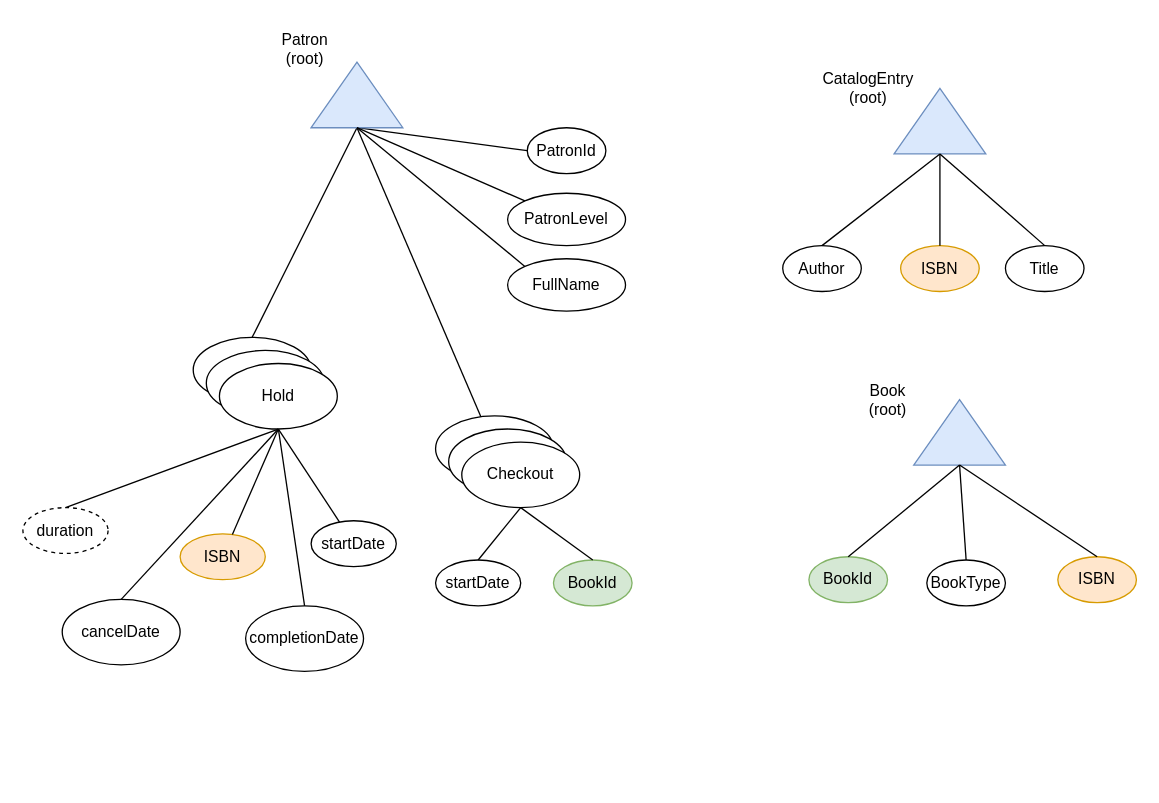
Above: doc/library.drawio in gushakov/library-clean (draw.io), before the change. Source tidied: cells renumbered, new cells numbered last; positions are measured from the earlier drawing's top-left corner, leaving out a move shared by most shapes. Both pictures are drawn from the tidied source at 131%, with x=0, y=0 at pixel (22, 22).
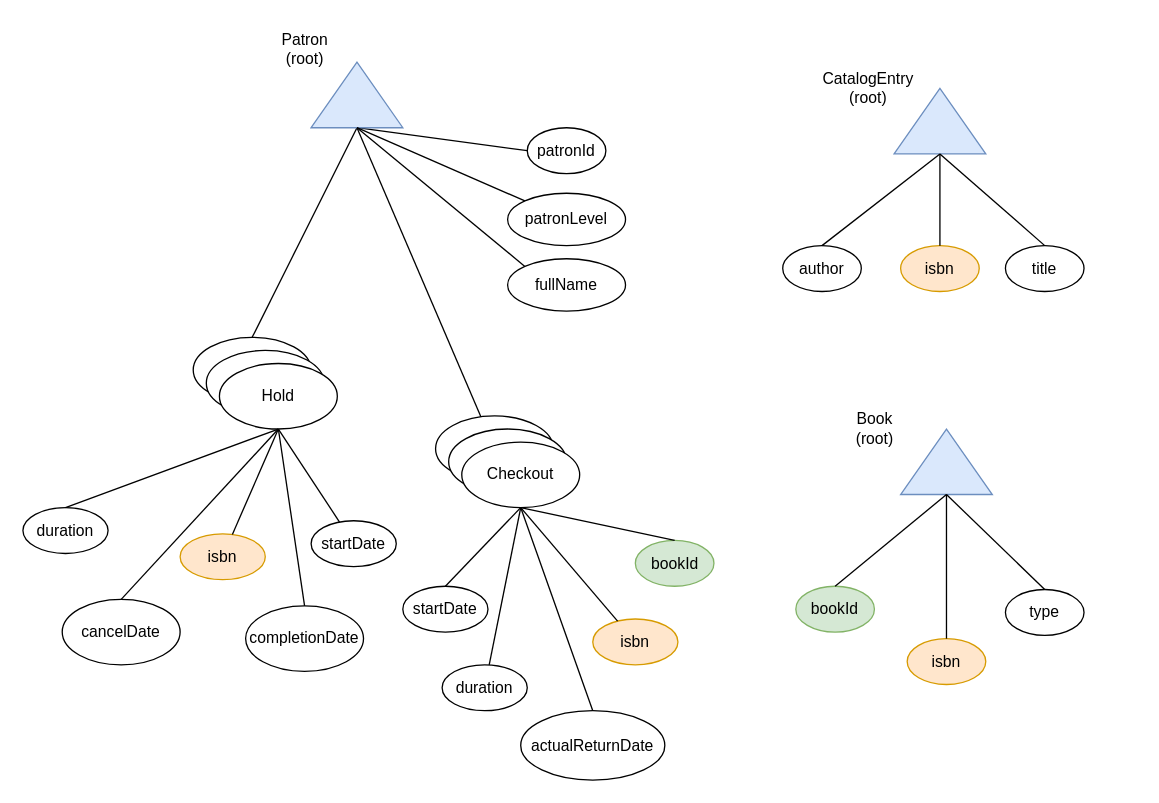
Above is the later version.

Unchanged cells that the change refers to:
```xml
<mxCell id="4" style="triangle;whiteSpace=wrap;html=1;rotation=-90;fillColor=#dae8fc;strokeColor=#6c8ebf;" parent="3" vertex="1">
  <mxGeometry x="60" y="10" width="50" height="70" as="geometry" />
</mxCell>
<mxCell id="20" value="Checkout" style="ellipse;whiteSpace=wrap;html=1;" parent="17" vertex="1">
  <mxGeometry x="20" y="20" width="90" height="50" as="geometry" />
</mxCell>
<mxCell id="46" style="group;" parent="1" vertex="1">
  <mxGeometry x="615" y="30" width="195" height="175" as="geometry" />
</mxCell>
<mxCell id="47" style="group;" parent="46" vertex="1">
  <mxGeometry width="120" height="175" as="geometry" />
</mxCell>
```

What changed in the source:
```diff
@@
     <mxCell id="2" style="group;" parent="1" vertex="1">
-      <mxGeometry x="600" y="267.5" width="250" height="177.5" as="geometry" />
+      <mxGeometry x="590" y="290" width="250" height="177.5" as="geometry" />
     </mxCell>
@@
-    <mxCell id="6" value="BookId" style="ellipse;whiteSpace=wrap;html=1;fillColor=#d5e8d4;strokeColor=#82b366;" parent="2" vertex="1">
+    <mxCell id="6" value="bookId" style="ellipse;whiteSpace=wrap;html=1;fillColor=#d5e8d4;strokeColor=#82b366;" parent="2" vertex="1">
       <mxGeometry y="140" width="60" height="35" as="geometry" />
     </mxCell>
-    <mxCell id="7" value="BookType" style="ellipse;whiteSpace=wrap;html=1;" parent="2" vertex="1">
-      <mxGeometry x="90" y="142.5" width="60" height="35" as="geometry" />
+    <mxCell id="7" value="type" style="ellipse;whiteSpace=wrap;html=1;" parent="2" vertex="1">
+      <mxGeometry x="160" y="142.5" width="60" height="35" as="geometry" />
     </mxCell>
@@
-    <mxCell id="10" value="ISBN" style="ellipse;whiteSpace=wrap;html=1;fillColor=#ffe6cc;strokeColor=#d79b00;" parent="2" vertex="1">
-      <mxGeometry x="190" y="140" width="60" height="35" as="geometry" />
-    </mxCell>
-    <mxCell id="11" style="rounded=0;jettySize=auto;html=1;exitX=0;exitY=0.5;exitDx=0;exitDy=0;entryX=0.5;entryY=0;entryDx=0;entryDy=0;endArrow=none;endFill=0;" parent="2" edge="1" source="4" target="10">
-      <mxGeometry relative="1" as="geometry" />
-    </mxCell>
     <mxCell id="12" style="group;" parent="1" vertex="1">
-      <mxGeometry x="60" width="405" height="445" as="geometry" />
+      <mxGeometry x="60" width="407.5" height="445" as="geometry" />
     </mxCell>
@@
-    <mxCell id="21" value="PatronId" style="ellipse;whiteSpace=wrap;html=1;" parent="12" vertex="1">
+    <mxCell id="21" value="patronId" style="ellipse;whiteSpace=wrap;html=1;" parent="12" vertex="1">
       <mxGeometry x="325" y="80" width="60" height="35" as="geometry" />
     </mxCell>
-    <mxCell id="22" value="ISBN" style="ellipse;whiteSpace=wrap;html=1;fillColor=#ffe6cc;strokeColor=#d79b00;" parent="12" vertex="1">
+    <mxCell id="22" value="isbn" style="ellipse;whiteSpace=wrap;html=1;fillColor=#ffe6cc;strokeColor=#d79b00;" parent="12" vertex="1">
       <mxGeometry x="60" y="390" width="65" height="35" as="geometry" />
     </mxCell>
@@
-    <mxCell id="27" value="PatronLevel" style="ellipse;whiteSpace=wrap;html=1;" parent="12" vertex="1">
+    <mxCell id="27" value="patronLevel" style="ellipse;whiteSpace=wrap;html=1;" parent="12" vertex="1">
       <mxGeometry x="310" y="130" width="90" height="40" as="geometry" />
     </mxCell>
-    <mxCell id="28" value="FullName" style="ellipse;whiteSpace=wrap;html=1;" parent="12" vertex="1">
+    <mxCell id="28" value="fullName" style="ellipse;whiteSpace=wrap;html=1;" parent="12" vertex="1">
       <mxGeometry x="310" y="180" width="90" height="40" as="geometry" />
     </mxCell>
@@
-    <mxCell id="35" value="startDate" style="ellipse;whiteSpace=wrap;html=1;" parent="12" vertex="1">
-      <mxGeometry x="255" y="410" width="65" height="35" as="geometry" />
-    </mxCell>
-    <mxCell id="36" value="BookId" style="ellipse;whiteSpace=wrap;html=1;fillColor=#d5e8d4;strokeColor=#82b366;" parent="12" vertex="1">
-      <mxGeometry x="345" y="410" width="60" height="35" as="geometry" />
-    </mxCell>
-    <mxCell id="37" style="rounded=0;jettySize=auto;html=1;exitX=0.5;exitY=1;exitDx=0;exitDy=0;entryX=0.5;entryY=0;entryDx=0;entryDy=0;endArrow=none;endFill=0;" parent="12" edge="1" source="20" target="36">
-      <mxGeometry relative="1" as="geometry" />
-    </mxCell>
-    <mxCell id="38" style="rounded=0;jettySize=auto;html=1;exitX=0.5;exitY=1;exitDx=0;exitDy=0;entryX=0.5;entryY=0;entryDx=0;entryDy=0;endArrow=none;endFill=0;" parent="12" edge="1" source="20" target="35">
-      <mxGeometry relative="1" as="geometry" />
-    </mxCell>
@@
-    <mxCell id="42" value="duration" style="ellipse;whiteSpace=wrap;html=1;dashed=1;" parent="1" vertex="1">
+    <mxCell id="42" value="duration" style="ellipse;whiteSpace=wrap;html=1;" parent="1" vertex="1">
       <mxGeometry y="370" width="65" height="35" as="geometry" />
     </mxCell>
@@
-    <mxCell id="51" value="Author" style="ellipse;whiteSpace=wrap;html=1;" parent="47" vertex="1">
+    <mxCell id="51" value="author" style="ellipse;whiteSpace=wrap;html=1;" parent="47" vertex="1">
       <mxGeometry x="-35" y="140" width="60" height="35" as="geometry" />
     </mxCell>
@@
-    <mxCell id="53" value="ISBN" style="ellipse;whiteSpace=wrap;html=1;fillColor=#ffe6cc;strokeColor=#d79b00;" parent="47" vertex="1">
+    <mxCell id="53" value="isbn" style="ellipse;whiteSpace=wrap;html=1;fillColor=#ffe6cc;strokeColor=#d79b00;" parent="47" vertex="1">
       <mxGeometry x="55" y="140" width="60" height="35" as="geometry" />
     </mxCell>
@@
-    <mxCell id="55" value="Title" style="ellipse;whiteSpace=wrap;html=1;" parent="46" vertex="1">
+    <mxCell id="55" value="title" style="ellipse;whiteSpace=wrap;html=1;" parent="46" vertex="1">
       <mxGeometry x="135" y="140" width="60" height="35" as="geometry" />
     </mxCell>
@@
+    <mxCell id="57" value="isbn" style="ellipse;whiteSpace=wrap;html=1;fillColor=#ffe6cc;strokeColor=#d79b00;" parent="1" vertex="1">
+      <mxGeometry x="435" y="455" width="65" height="35" as="geometry" />
+    </mxCell>
+    <mxCell id="10" value="isbn" style="ellipse;whiteSpace=wrap;html=1;fillColor=#ffe6cc;strokeColor=#d79b00;" parent="1" vertex="1">
+      <mxGeometry x="675" y="470" width="60" height="35" as="geometry" />
+    </mxCell>
+    <mxCell id="11" style="rounded=0;jettySize=auto;html=1;exitX=0;exitY=0.5;exitDx=0;exitDy=0;entryX=0.5;entryY=0;entryDx=0;entryDy=0;endArrow=none;endFill=0;" parent="1" edge="1" source="4" target="10">
+      <mxGeometry relative="1" as="geometry" />
+    </mxCell>
+    <mxCell id="36" value="bookId" style="ellipse;whiteSpace=wrap;html=1;fillColor=#d5e8d4;strokeColor=#82b366;" parent="1" vertex="1">
+      <mxGeometry x="467.5" y="395" width="60" height="35" as="geometry" />
+    </mxCell>
+    <mxCell id="37" style="rounded=0;jettySize=auto;html=1;exitX=0.5;exitY=1;exitDx=0;exitDy=0;entryX=0.5;entryY=0;entryDx=0;entryDy=0;endArrow=none;endFill=0;" parent="1" edge="1" source="20" target="36">
+      <mxGeometry relative="1" as="geometry" />
+    </mxCell>
+    <mxCell id="35" value="startDate" style="ellipse;whiteSpace=wrap;html=1;" parent="1" vertex="1">
+      <mxGeometry x="290" y="430" width="65" height="35" as="geometry" />
+    </mxCell>
+    <mxCell id="38" style="rounded=0;jettySize=auto;html=1;exitX=0.5;exitY=1;exitDx=0;exitDy=0;entryX=0.5;entryY=0;entryDx=0;entryDy=0;endArrow=none;endFill=0;" parent="1" edge="1" source="20" target="35">
+      <mxGeometry relative="1" as="geometry" />
+    </mxCell>
+    <mxCell id="58" style="rounded=0;jettySize=auto;html=1;exitX=0.5;exitY=1;exitDx=0;exitDy=0;endArrow=none;endFill=0;" parent="1" edge="1" source="20" target="57">
+      <mxGeometry relative="1" as="geometry" />
+    </mxCell>
+    <mxCell id="59" value="duration" style="ellipse;whiteSpace=wrap;html=1;" parent="1" vertex="1">
+      <mxGeometry x="320" y="490" width="65" height="35" as="geometry" />
+    </mxCell>
+    <mxCell id="60" value="actualReturnDate" style="ellipse;whiteSpace=wrap;html=1;" parent="1" vertex="1">
+      <mxGeometry x="380" y="525" width="110" height="53" as="geometry" />
+    </mxCell>
+    <mxCell id="61" style="rounded=0;jettySize=auto;html=1;exitX=0.5;exitY=1;exitDx=0;exitDy=0;endArrow=none;endFill=0;" parent="1" edge="1" source="20" target="59">
+      <mxGeometry relative="1" as="geometry" />
+    </mxCell>
+    <mxCell id="62" style="edgeStyle=none;shape=connector;rounded=0;jettySize=auto;html=1;exitX=0.5;exitY=1;exitDx=0;exitDy=0;entryX=0.5;entryY=0;entryDx=0;entryDy=0;labelBackgroundColor=default;strokeColor=default;fontFamily=Helvetica;fontSize=11;fontColor=default;endArrow=none;endFill=0;" parent="1" edge="1" source="20" target="60">
+      <mxGeometry relative="1" as="geometry" />
+    </mxCell>
```
